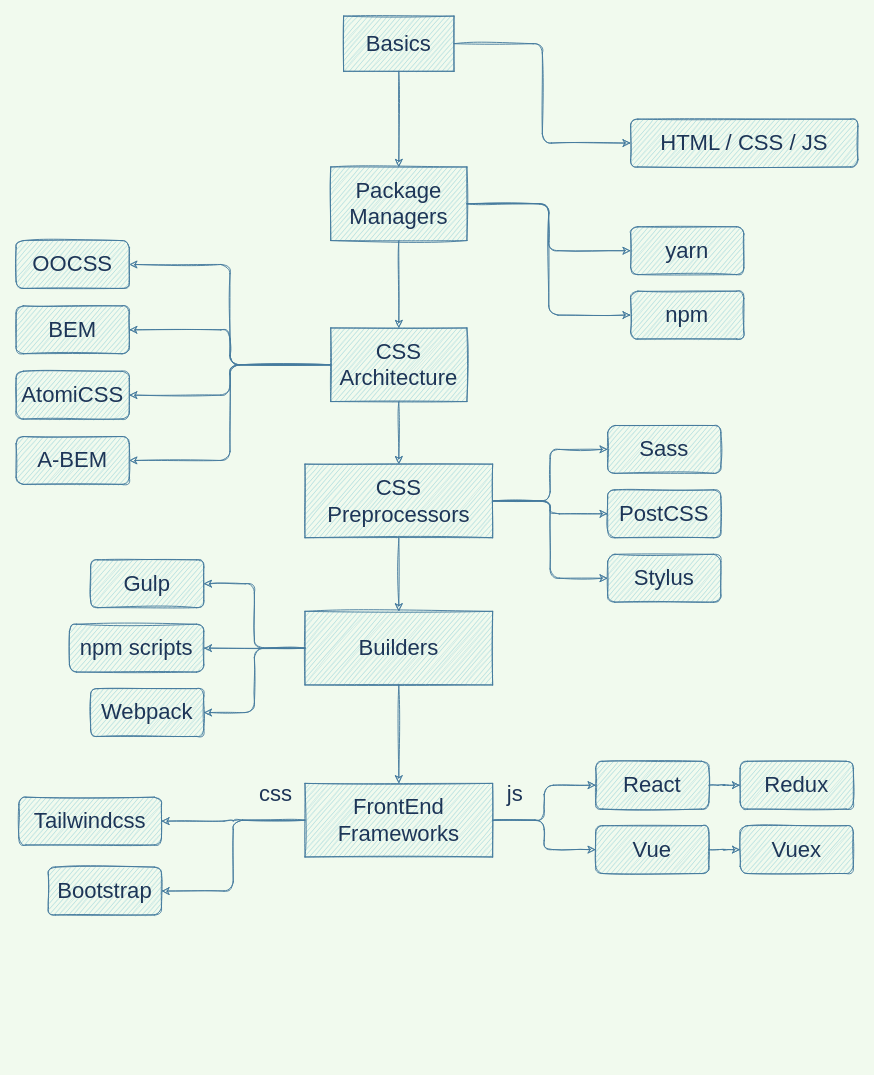
This is Roadmaps.drawio from lorenzo-milesi/roadmaps, a draw.io file, before an edit. Source tidied: cells renumbered, new cells numbered last; positions are measured from the earlier drawing's top-left corner, leaving out a move shared by most shapes. Both pictures are drawn from the tidied source at 92%, with x=0, y=0 at pixel (16, 16).
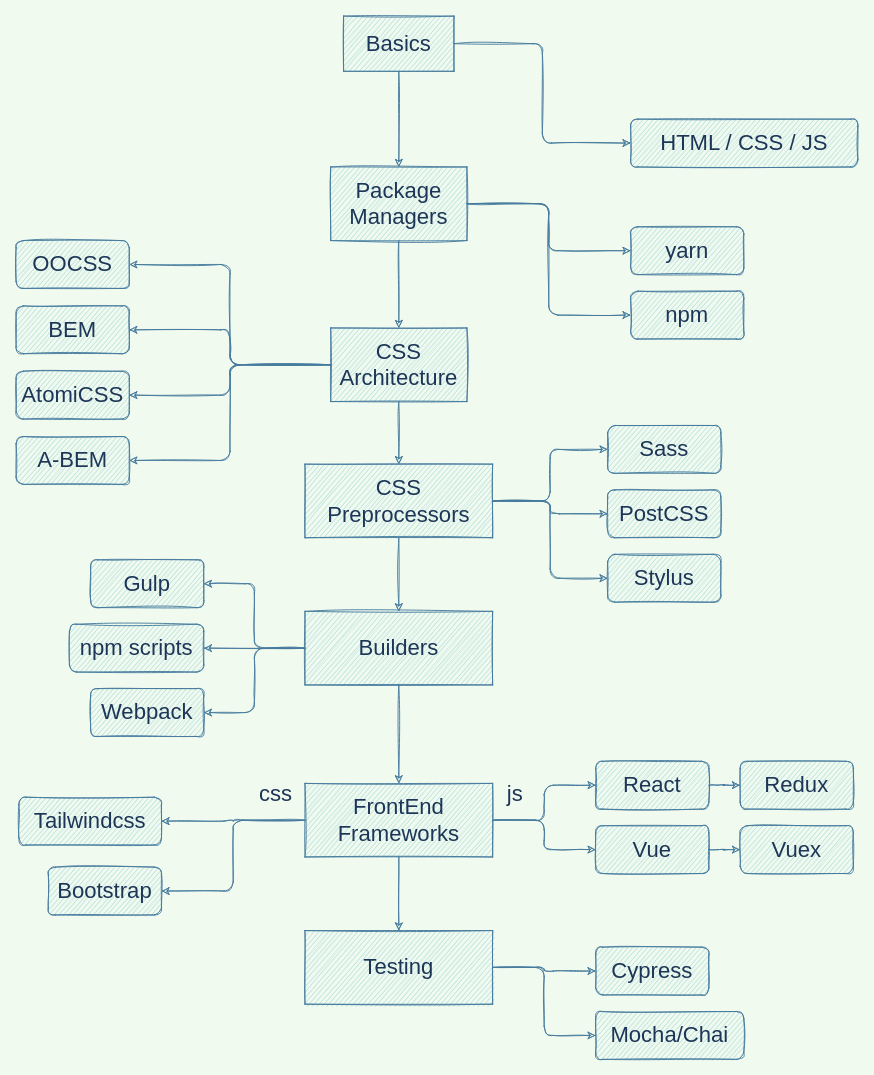
After the change.

Unchanged cells that the change refers to:
```xml
<mxCell id="42" value="FrontEnd Frameworks" style="rounded=0;whiteSpace=wrap;html=1;sketch=1;strokeColor=#457B9D;fillColor=#A8DADC;fontSize=24;fontColor=#1D3557;" parent="1" vertex="1">
  <mxGeometry x="314" y="834" width="204" height="80" as="geometry" />
</mxCell>
```

What changed in the source:
```diff
@@
+    <mxCell id="53" style="edgeStyle=orthogonalEdgeStyle;curved=0;rounded=1;sketch=1;jettySize=auto;html=1;strokeColor=#457B9D;fillColor=#A8DADC;fontSize=24;fontColor=#1D3557;" parent="1" edge="1" source="42" target="56">
+      <mxGeometry relative="1" as="geometry" />
+    </mxCell>
@@
+    <mxCell id="54" style="edgeStyle=orthogonalEdgeStyle;curved=0;rounded=1;sketch=1;jettySize=auto;html=1;entryX=0;entryY=0.5;entryDx=0;entryDy=0;strokeColor=#457B9D;fillColor=#A8DADC;fontSize=24;fontColor=#1D3557;" parent="1" edge="1" source="56" target="57">
+      <mxGeometry relative="1" as="geometry" />
+    </mxCell>
+    <mxCell id="55" style="edgeStyle=orthogonalEdgeStyle;curved=0;rounded=1;sketch=1;jettySize=auto;html=1;entryX=0;entryY=0.5;entryDx=0;entryDy=0;strokeColor=#457B9D;fillColor=#A8DADC;fontSize=24;fontColor=#1D3557;" parent="1" edge="1" source="56" target="58">
+      <mxGeometry relative="1" as="geometry" />
+    </mxCell>
+    <mxCell id="56" value="Testing" style="rounded=0;whiteSpace=wrap;html=1;sketch=1;strokeColor=#457B9D;fillColor=#A8DADC;fontSize=24;fontColor=#1D3557;" parent="1" vertex="1">
+      <mxGeometry x="314" y="994" width="204" height="80" as="geometry" />
+    </mxCell>
+    <mxCell id="57" value="Cypress" style="rounded=1;whiteSpace=wrap;html=1;sketch=1;strokeColor=#457B9D;fillColor=#A8DADC;fontSize=24;fontColor=#1D3557;" parent="1" vertex="1">
+      <mxGeometry x="630" y="1012" width="123" height="52" as="geometry" />
+    </mxCell>
+    <mxCell id="58" value="Mocha/Chai" style="rounded=1;whiteSpace=wrap;html=1;sketch=1;strokeColor=#457B9D;fillColor=#A8DADC;fontSize=24;fontColor=#1D3557;" parent="1" vertex="1">
+      <mxGeometry x="630" y="1082" width="161" height="52" as="geometry" />
+    </mxCell>
```
